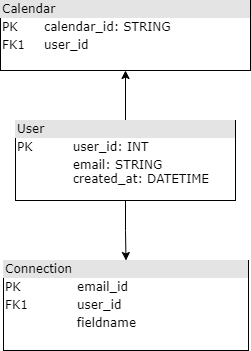
Above: db_schema.png in sheensantoscapadngan/auto-calendar (draw.io), before the change. Source tidied: cells renumbered, new cells last; positions are measured from the earlier drawing's top-left corner, leaving out a move shared by most shapes.
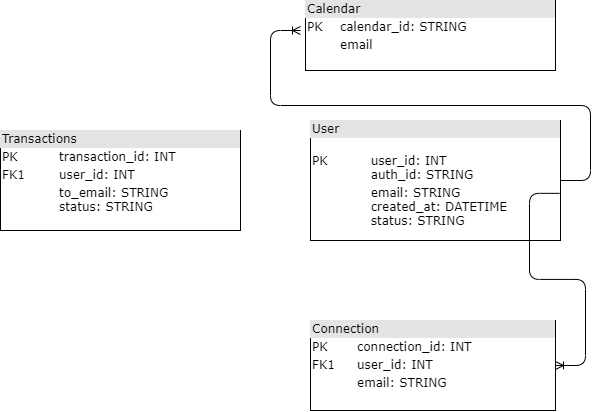
Later version of the same file.

What changed in the source:
```diff
@@ -2,20 +2,25 @@
   <root>
     <mxCell id="0" />
     <mxCell id="1" parent="0" />
-    <mxCell id="2" style="edgeStyle=orthogonalEdgeStyle;rounded=0;jettySize=auto;html=1;entryX=0.5;entryY=1;entryDx=0;entryDy=0;" parent="1" edge="1" source="4" target="5">
-      <mxGeometry relative="1" as="geometry" />
-    </mxCell>
-    <mxCell id="3" style="edgeStyle=orthogonalEdgeStyle;rounded=0;jettySize=auto;html=1;" parent="1" edge="1" source="4" target="6">
-      <mxGeometry relative="1" as="geometry" />
-    </mxCell>
-    <mxCell id="4" value="&lt;div style=&quot;box-sizing: border-box ; width: 100% ; background: #e4e4e4 ; padding: 2px&quot;&gt;User&lt;/div&gt;&lt;table style=&quot;width: 100% ; font-size: 1em&quot; cellpadding=&quot;2&quot; cellspacing=&quot;0&quot;&gt;&lt;tbody&gt;&lt;tr&gt;&lt;td&gt;PK&lt;/td&gt;&lt;td&gt;&lt;span style=&quot;white-space: pre&quot;&gt;&#9;&lt;/span&gt;user_id: INT&lt;/td&gt;&lt;/tr&gt;&lt;tr&gt;&lt;td&gt;&lt;br&gt;&lt;/td&gt;&lt;td&gt;&lt;span style=&quot;white-space: pre&quot;&gt;&#9;&lt;/span&gt;email: STRING&lt;br&gt;&lt;span style=&quot;white-space: pre&quot;&gt;&#9;&lt;/span&gt;created_at: DATETIME&lt;br&gt;&lt;span style=&quot;white-space: pre&quot;&gt;&lt;span style=&quot;white-space: pre&quot;&gt;&lt;span style=&quot;white-space: pre&quot;&gt;&lt;span style=&quot;white-space: pre&quot;&gt;&#9;&lt;/span&gt;&#9;&lt;/span&gt;&lt;br&gt;&lt;span style=&quot;white-space: pre&quot;&gt;&#9;&lt;/span&gt;&#9;&lt;/span&gt;&lt;/span&gt;&amp;nbsp;&amp;nbsp;&lt;span style=&quot;white-space: pre&quot;&gt;&#9;&lt;/span&gt;&lt;br&gt;&lt;br&gt;&lt;/td&gt;&lt;/tr&gt;&lt;/tbody&gt;&lt;/table&gt;" style="verticalAlign=top;align=left;overflow=fill;html=1;rounded=0;shadow=0;comic=0;labelBackgroundColor=none;strokeWidth=1;fontFamily=Verdana;fontSize=12;" parent="1" vertex="1">
-      <mxGeometry x="15" y="120" width="220" height="80" as="geometry" />
+    <mxCell id="4" value="&lt;div style=&quot;box-sizing: border-box ; width: 100% ; background: #e4e4e4 ; padding: 2px&quot;&gt;User&lt;/div&gt;&lt;table style=&quot;width: 100% ; font-size: 1em&quot; cellpadding=&quot;2&quot; cellspacing=&quot;0&quot;&gt;&lt;tbody&gt;&lt;tr&gt;&lt;td&gt;PK&lt;/td&gt;&lt;td&gt;&lt;span style=&quot;white-space: pre&quot;&gt;&#9;&lt;/span&gt;&lt;br&gt;&lt;span style=&quot;white-space: pre&quot;&gt;&#9;&lt;/span&gt;user_id: INT&lt;br&gt;&lt;span style=&quot;white-space: pre&quot;&gt;&#9;&lt;/span&gt;auth_id: STRING&lt;br&gt;&lt;/td&gt;&lt;/tr&gt;&lt;tr&gt;&lt;td&gt;&lt;br&gt;&lt;/td&gt;&lt;td&gt;&lt;span style=&quot;white-space: pre&quot;&gt;&#9;&lt;/span&gt;email: STRING&lt;br&gt;&lt;span style=&quot;white-space: pre&quot;&gt;&#9;&lt;/span&gt;created_at: DATETIME&lt;br&gt;&lt;span style=&quot;white-space: pre&quot;&gt;&#9;&lt;/span&gt;status: STRING&lt;br&gt;&lt;br&gt;&lt;span style=&quot;white-space: pre&quot;&gt;&lt;span style=&quot;white-space: pre&quot;&gt;&lt;span style=&quot;white-space: pre&quot;&gt;&lt;span style=&quot;white-space: pre&quot;&gt;&#9;&lt;/span&gt;&#9;&lt;/span&gt;&lt;br&gt;&lt;span style=&quot;white-space: pre&quot;&gt;&#9;&lt;/span&gt;&#9;&lt;/span&gt;&lt;/span&gt;&amp;nbsp;&amp;nbsp;&lt;span style=&quot;white-space: pre&quot;&gt;&#9;&lt;/span&gt;&lt;br&gt;&lt;br&gt;&lt;/td&gt;&lt;/tr&gt;&lt;/tbody&gt;&lt;/table&gt;" style="verticalAlign=top;align=left;overflow=fill;html=1;rounded=0;shadow=0;comic=0;labelBackgroundColor=none;strokeWidth=1;fontFamily=Verdana;fontSize=12;" parent="1" vertex="1">
+      <mxGeometry x="-35" y="60" width="250" height="120" as="geometry" />
     </mxCell>
-    <mxCell id="5" value="&lt;div style=&quot;box-sizing: border-box ; width: 100% ; background: #e4e4e4 ; padding: 2px&quot;&gt;Calendar&lt;/div&gt;&lt;table style=&quot;width: 100% ; font-size: 1em&quot; cellpadding=&quot;2&quot; cellspacing=&quot;0&quot;&gt;&lt;tbody&gt;&lt;tr&gt;&lt;td&gt;PK&lt;/td&gt;&lt;td&gt;calendar_id: STRING&lt;/td&gt;&lt;/tr&gt;&lt;tr&gt;&lt;td&gt;FK1&lt;/td&gt;&lt;td&gt;user_id&lt;/td&gt;&lt;/tr&gt;&lt;tr&gt;&lt;td&gt;&lt;/td&gt;&lt;td&gt;&lt;/td&gt;&lt;/tr&gt;&lt;/tbody&gt;&lt;/table&gt;" style="verticalAlign=top;align=left;overflow=fill;html=1;rounded=0;shadow=0;comic=0;labelBackgroundColor=none;strokeWidth=1;fontFamily=Verdana;fontSize=12;" parent="1" vertex="1">
-      <mxGeometry width="250" height="70" as="geometry" />
+    <mxCell id="5" value="&lt;div style=&quot;box-sizing: border-box ; width: 100% ; background: #e4e4e4 ; padding: 2px&quot;&gt;Calendar&lt;/div&gt;&lt;table style=&quot;width: 100% ; font-size: 1em&quot; cellpadding=&quot;2&quot; cellspacing=&quot;0&quot;&gt;&lt;tbody&gt;&lt;tr&gt;&lt;td&gt;PK&lt;/td&gt;&lt;td&gt;calendar_id: STRING&lt;/td&gt;&lt;/tr&gt;&lt;tr&gt;&lt;td&gt;&lt;br&gt;&lt;/td&gt;&lt;td&gt;email&lt;/td&gt;&lt;/tr&gt;&lt;/tbody&gt;&lt;/table&gt;" style="verticalAlign=top;align=left;overflow=fill;html=1;rounded=0;shadow=0;comic=0;labelBackgroundColor=none;strokeWidth=1;fontFamily=Verdana;fontSize=12;" parent="1" vertex="1">
+      <mxGeometry x="-40" y="-60" width="250" height="70" as="geometry" />
     </mxCell>
-    <mxCell id="6" value="&lt;div style=&quot;box-sizing: border-box ; width: 100% ; background: #e4e4e4 ; padding: 2px&quot;&gt;Connection&lt;/div&gt;&lt;table style=&quot;width: 100% ; font-size: 1em&quot; cellpadding=&quot;2&quot; cellspacing=&quot;0&quot;&gt;&lt;tbody&gt;&lt;tr&gt;&lt;td&gt;PK&lt;/td&gt;&lt;td&gt;email_id&lt;/td&gt;&lt;/tr&gt;&lt;tr&gt;&lt;td&gt;FK1&lt;/td&gt;&lt;td&gt;user_id&lt;/td&gt;&lt;/tr&gt;&lt;tr&gt;&lt;td&gt;&lt;/td&gt;&lt;td&gt;fieldname&lt;/td&gt;&lt;/tr&gt;&lt;/tbody&gt;&lt;/table&gt;" style="verticalAlign=top;align=left;overflow=fill;html=1;rounded=0;shadow=0;comic=0;labelBackgroundColor=none;strokeWidth=1;fontFamily=Verdana;fontSize=12;" parent="1" vertex="1">
-      <mxGeometry x="3" y="260" width="245" height="90" as="geometry" />
+    <mxCell id="6" value="&lt;div style=&quot;box-sizing: border-box ; width: 100% ; background: #e4e4e4 ; padding: 2px&quot;&gt;Connection&lt;/div&gt;&lt;table style=&quot;width: 100% ; font-size: 1em&quot; cellpadding=&quot;2&quot; cellspacing=&quot;0&quot;&gt;&lt;tbody&gt;&lt;tr&gt;&lt;td&gt;PK&lt;/td&gt;&lt;td&gt;connection_id: INT&lt;/td&gt;&lt;/tr&gt;&lt;tr&gt;&lt;td&gt;FK1&lt;/td&gt;&lt;td&gt;user_id: INT&lt;/td&gt;&lt;/tr&gt;&lt;tr&gt;&lt;td&gt;&lt;/td&gt;&lt;td&gt;email: STRING&lt;/td&gt;&lt;/tr&gt;&lt;/tbody&gt;&lt;/table&gt;" style="verticalAlign=top;align=left;overflow=fill;html=1;rounded=0;shadow=0;comic=0;labelBackgroundColor=none;strokeWidth=1;fontFamily=Verdana;fontSize=12;" parent="1" vertex="1">
+      <mxGeometry x="-35" y="260" width="245" height="90" as="geometry" />
     </mxCell>
+    <mxCell id="3" style="edgeStyle=entityRelationEdgeStyle;fontSize=12;html=1;endArrow=ERoneToMany;exitX=0.996;exitY=0.607;exitDx=0;exitDy=0;exitPerimeter=0;entryX=1;entryY=0.5;entryDx=0;entryDy=0;" parent="1" edge="1" source="4" target="6">
+      <mxGeometry relative="1" as="geometry" />
+    </mxCell>
+    <mxCell id="7" style="edgeStyle=entityRelationEdgeStyle;fontSize=12;html=1;endArrow=ERoneToMany;exitX=1;exitY=0.5;exitDx=0;exitDy=0;" parent="1" edge="1" source="4">
+      <mxGeometry relative="1" as="geometry">
+        <mxPoint x="-45" y="-30" as="targetPoint" />
+      </mxGeometry>
+    </mxCell>
+    <mxCell id="8" value="&lt;div style=&quot;box-sizing: border-box ; width: 100% ; background: #e4e4e4 ; padding: 2px&quot;&gt;Transactions&lt;/div&gt;&lt;table style=&quot;width: 100% ; font-size: 1em&quot; cellpadding=&quot;2&quot; cellspacing=&quot;0&quot;&gt;&lt;tbody&gt;&lt;tr&gt;&lt;td&gt;PK&lt;/td&gt;&lt;td&gt;transaction_id: INT&lt;/td&gt;&lt;/tr&gt;&lt;tr&gt;&lt;td&gt;FK1&lt;/td&gt;&lt;td&gt;user_id: INT&lt;/td&gt;&lt;/tr&gt;&lt;tr&gt;&lt;td&gt;&lt;span style=&quot;white-space: pre&quot;&gt;&#9;&lt;/span&gt;&lt;br&gt;&lt;/td&gt;&lt;td&gt;to_email: STRING&lt;br&gt;status: STRING&lt;/td&gt;&lt;/tr&gt;&lt;/tbody&gt;&lt;/table&gt;" style="verticalAlign=top;align=left;overflow=fill;html=1;rounded=0;shadow=0;comic=0;labelBackgroundColor=none;strokeWidth=1;fontFamily=Verdana;fontSize=12;" parent="1" vertex="1">
+      <mxGeometry x="-345" y="70" width="240" height="100" as="geometry" />
+    </mxCell>
   </root>
 </mxGraphModel>
```
